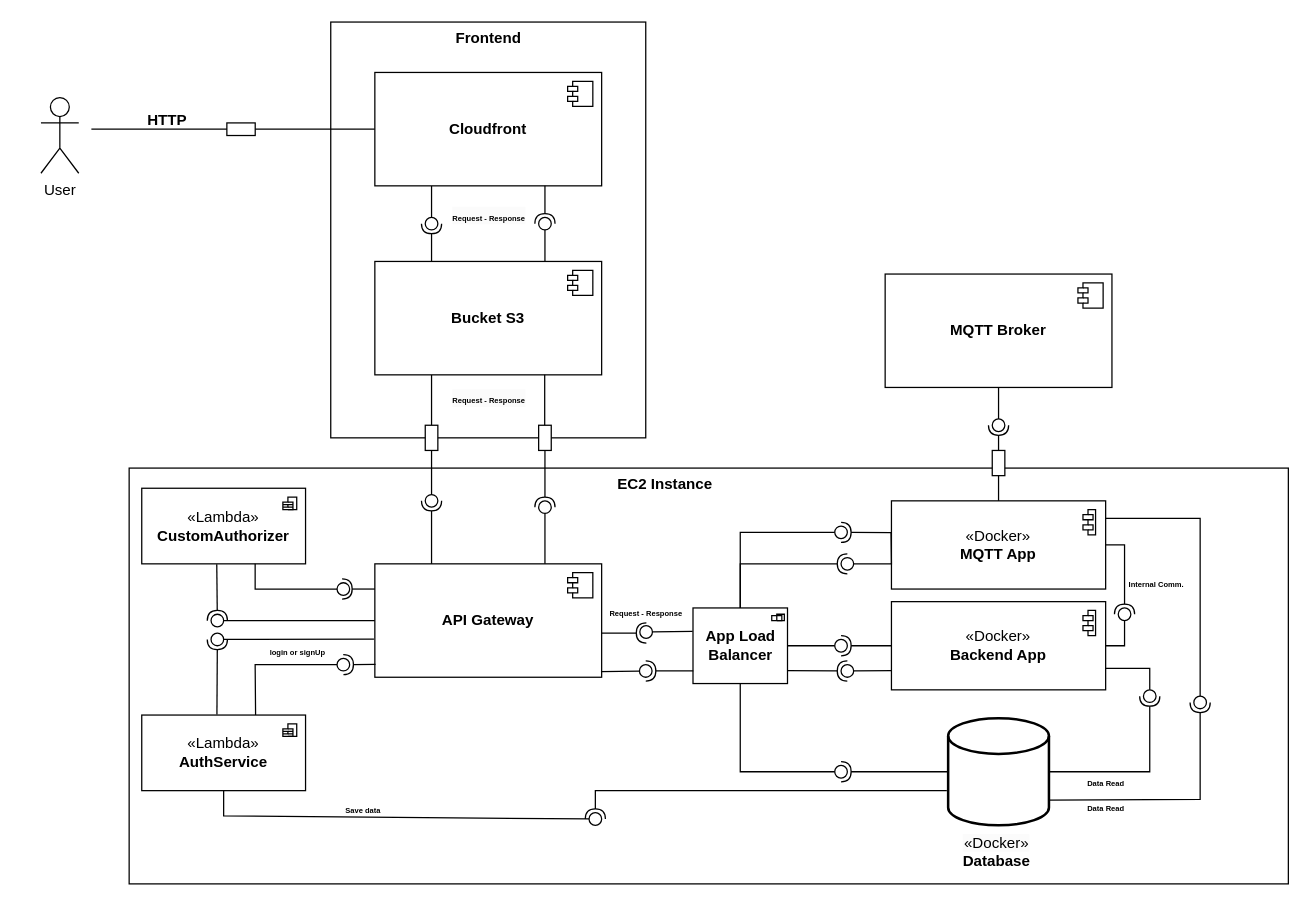
The draw.io diagram UML_E1.drawio in dgolzm/E1-Arqui-UML, before the edit. Source tidied: cells renumbered, new cells numbered last; positions are measured from the earlier drawing's top-left corner, leaving out a move shared by most shapes. Both pictures are drawn from the tidied source at 126%, with x=0, y=0 at pixel (21, 21).
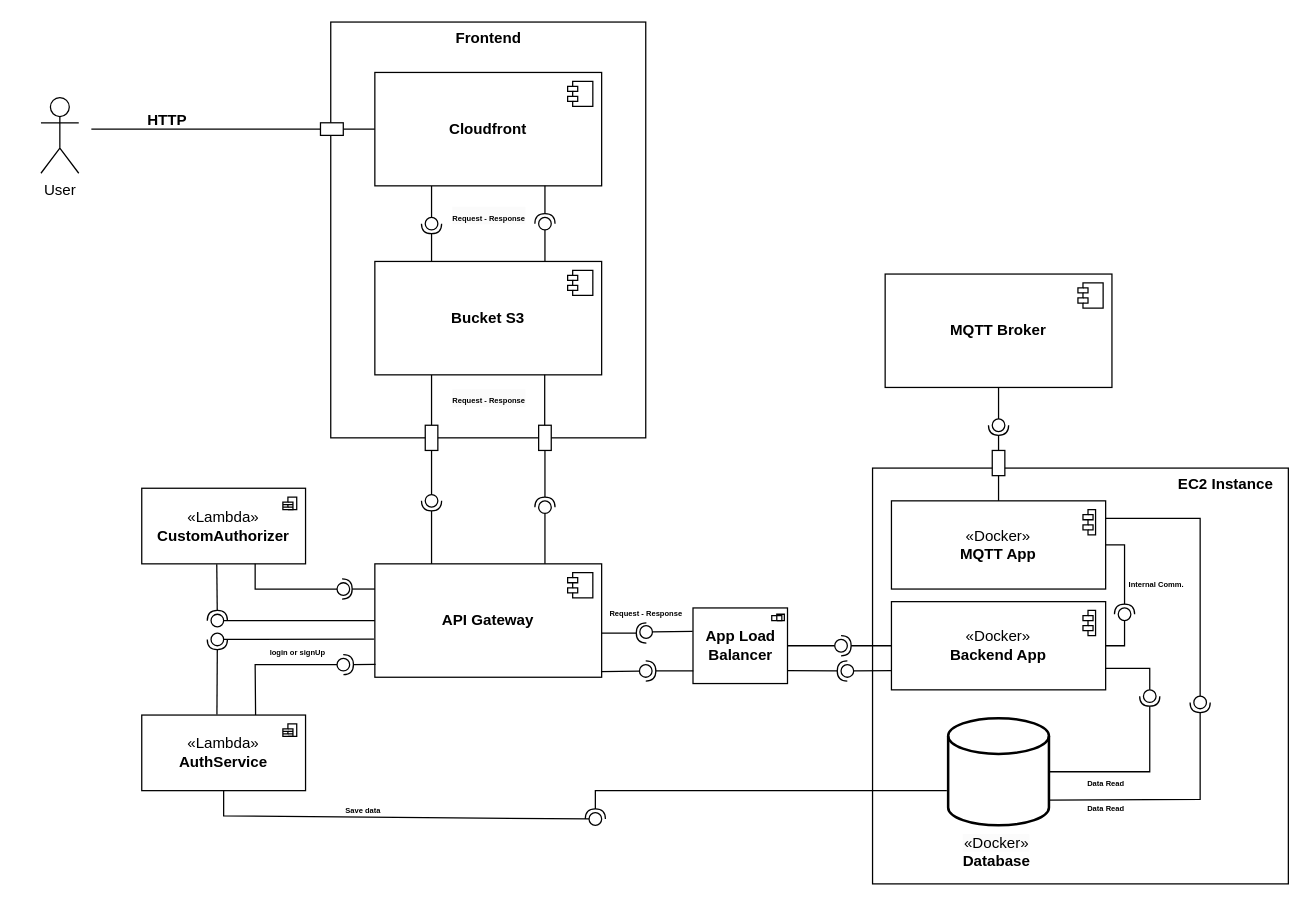
The same page after the edit.

The change refers to these unchanged cells:
```xml
<mxCell id="16" value="&lt;div&gt;«Docker»&lt;br&gt;&lt;/div&gt;&lt;b&gt;MQTT App&lt;/b&gt;" style="html=1;whiteSpace=wrap;" parent="1" vertex="1">
  <mxGeometry x="690" y="380" width="170" height="70" as="geometry" />
</mxCell>
<mxCell id="49" value="&lt;b&gt;App Load Balancer&lt;/b&gt;" style="html=1;whiteSpace=wrap;" parent="1" vertex="1">
  <mxGeometry x="532.5" y="465" width="75" height="60" as="geometry" />
</mxCell>
<mxCell id="53" style="ellipse;whiteSpace=wrap;html=1;align=center;fillColor=none;strokeColor=none;perimeter=centerPerimeter;points=[];outlineConnect=1;" parent="1" vertex="1">
  <mxGeometry x="645" y="590" width="10" height="10" as="geometry" />
</mxCell>
<mxCell id="56" style="ellipse;whiteSpace=wrap;html=1;align=center;fillColor=none;strokeColor=none;perimeter=centerPerimeter;points=[];outlineConnect=1;" parent="1" vertex="1">
  <mxGeometry x="645" y="400" width="10" height="10" as="geometry" />
</mxCell>
<mxCell id="68" style="strokeWidth=2;html=1;shape=mxgraph.flowchart.database;whiteSpace=wrap;" parent="1" vertex="1">
  <mxGeometry x="735" y="552.5" width="80" height="85" as="geometry" />
</mxCell>
```

The edit, as a diff of the source:
```diff
@@
     <mxCell id="11" style="html=1;whiteSpace=wrap;rotation=90;" parent="1" vertex="1">
-      <mxGeometry x="168.8" y="73.8" width="10" height="22.5" as="geometry" />
+      <mxGeometry x="240.9" y="75.9" width="10" height="18.1" as="geometry" />
     </mxCell>
@@
     <mxCell id="14" style="html=1;whiteSpace=wrap;" parent="1" vertex="1">
-      <mxGeometry x="85" y="354" width="920" height="330" as="geometry" />
+      <mxGeometry x="675" y="354" width="330" height="330" as="geometry" />
     </mxCell>
     <mxCell id="15" value="EC2 Instance" style="text;align=center;fontStyle=1;verticalAlign=middle;spacingLeft=3;spacingRight=3;strokeColor=none;html=1;" parent="1" vertex="1">
-      <mxGeometry x="470" y="354" width="80" height="26" as="geometry" />
+      <mxGeometry x="915" y="354" width="80" height="26" as="geometry" />
     </mxCell>
@@
-    <mxCell id="51" style="rounded=0;jettySize=auto;html=1;endArrow=halfCircle;endFill=0;endSize=6;strokeWidth=1;sketch=0;exitX=0;exitY=0.5;exitDx=0;exitDy=0;exitPerimeter=0;" parent="1" edge="1" source="68" target="53">
-      <mxGeometry relative="1" as="geometry" />
-    </mxCell>
-    <mxCell id="52" style="rounded=0;jettySize=auto;html=1;endArrow=oval;endFill=0;sketch=0;sourcePerimeterSpacing=0;targetPerimeterSpacing=0;endSize=10;exitX=0.5;exitY=1;exitDx=0;exitDy=0;" parent="1" edge="1" source="49" target="53">
-      <mxGeometry relative="1" as="geometry">
-        <Array as="points">
-          <mxPoint x="570" y="595" />
-        </Array>
-      </mxGeometry>
-    </mxCell>
@@
-    <mxCell id="54" style="rounded=0;jettySize=auto;html=1;endArrow=halfCircle;endFill=0;endSize=6;strokeWidth=1;sketch=0;exitX=-0.002;exitY=0.361;exitDx=0;exitDy=0;exitPerimeter=0;" parent="1" edge="1" source="16" target="56">
-      <mxGeometry relative="1" as="geometry" />
-    </mxCell>
-    <mxCell id="55" style="rounded=0;jettySize=auto;html=1;endArrow=oval;endFill=0;sketch=0;sourcePerimeterSpacing=0;targetPerimeterSpacing=0;endSize=10;exitX=0.5;exitY=0;exitDx=0;exitDy=0;" parent="1" edge="1" source="49" target="56">
-      <mxGeometry relative="1" as="geometry">
-        <Array as="points">
-          <mxPoint x="570" y="405" />
-        </Array>
-      </mxGeometry>
-    </mxCell>
@@
-    <mxCell id="74" style="rounded=0;jettySize=auto;html=1;endArrow=halfCircle;endFill=0;endSize=6;strokeWidth=1;sketch=0;exitX=0.5;exitY=0;exitDx=0;exitDy=0;" parent="1" edge="1" source="49">
-      <mxGeometry relative="1" as="geometry">
-        <mxPoint x="655" y="430" as="targetPoint" />
-        <Array as="points">
-          <mxPoint x="570" y="430" />
-        </Array>
-      </mxGeometry>
-    </mxCell>
-    <mxCell id="75" style="rounded=0;jettySize=auto;html=1;endArrow=oval;endFill=0;sketch=0;sourcePerimeterSpacing=0;targetPerimeterSpacing=0;endSize=10;exitX=-0.002;exitY=0.357;exitDx=0;exitDy=0;exitPerimeter=0;" parent="1" edge="1" source="16">
-      <mxGeometry relative="1" as="geometry">
-        <mxPoint x="655" y="430" as="targetPoint" />
-        <Array as="points">
-          <mxPoint x="690" y="430" />
-        </Array>
-      </mxGeometry>
-    </mxCell>
-    <mxCell id="76" style="ellipse;whiteSpace=wrap;html=1;align=center;fillColor=none;strokeColor=none;perimeter=centerPerimeter;" parent="1" vertex="1">
-      <mxGeometry x="645" y="430" width="10" height="10" as="geometry" />
-    </mxCell>
```
